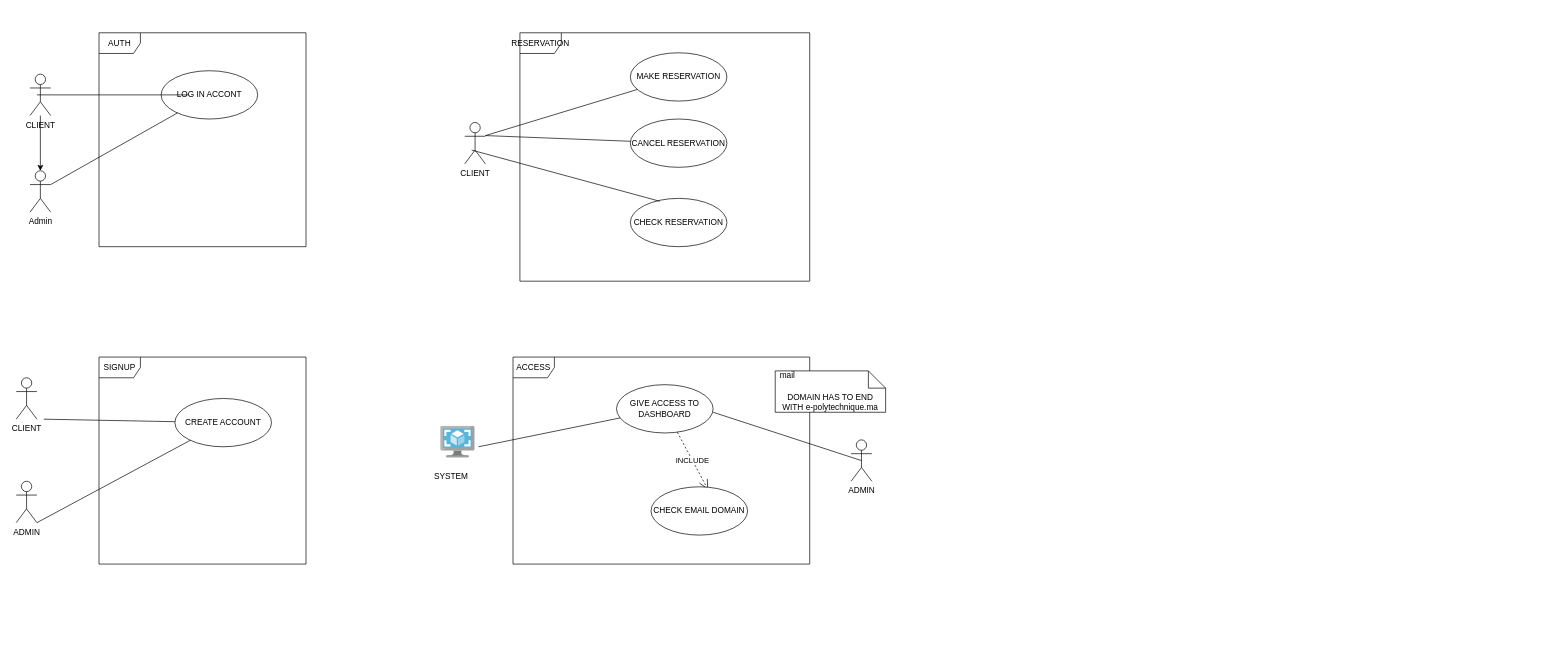
The draw.io diagram SQL.drawio in LUZAmaxxp/MSQL, before the edit. Source tidied: cells renumbered, new cells numbered last; positions are measured from the earlier drawing's top-left corner, leaving out a move shared by most shapes. Both pictures are drawn from the tidied source at 69%, with x=0, y=0 at pixel (16, 32).
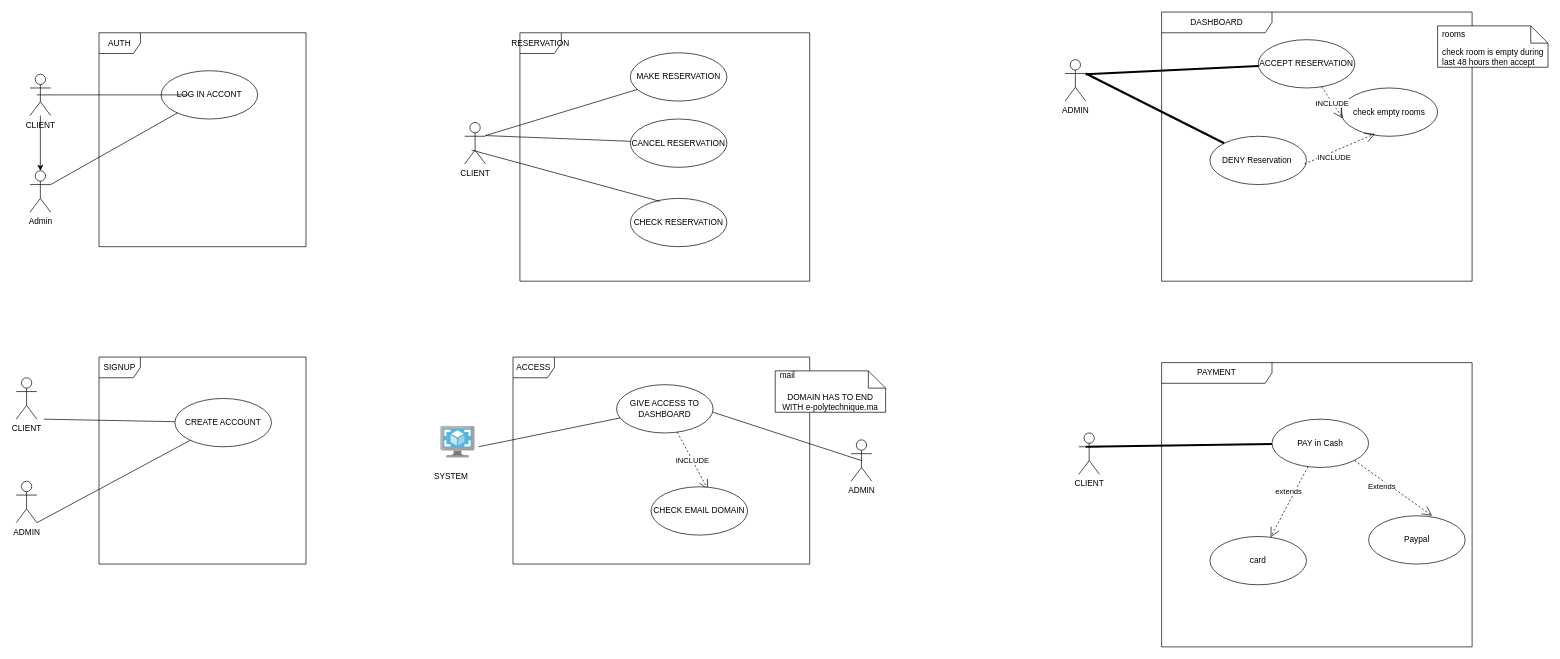
Above is the later version.

The edit, as a diff of the source:
```diff
@@
+    <mxCell id="34" value="DASHBOARD" style="shape=umlFrame;whiteSpace=wrap;html=1;width=160;" parent="1" vertex="1">
+      <mxGeometry x="1660" y="-30" width="450" height="390" as="geometry" />
+    </mxCell>
+    <mxCell id="35" value="ACCEPT RESERVATION" style="ellipse;whiteSpace=wrap;html=1;" parent="34" vertex="1">
+      <mxGeometry x="140" y="40" width="140" height="70" as="geometry" />
+    </mxCell>
+    <mxCell id="36" value="check empty rooms" style="ellipse;whiteSpace=wrap;html=1;" parent="34" vertex="1">
+      <mxGeometry x="260" y="110" width="140" height="70" as="geometry" />
+    </mxCell>
+    <mxCell id="37" value="INCLUDE" style="endArrow=open;endSize=12;dashed=1;html=1;rounded=0;entryX=0.019;entryY=0.632;entryDx=0;entryDy=0;entryPerimeter=0;" parent="34" edge="1" source="35" target="36">
+      <mxGeometry relative="1" as="geometry" />
+    </mxCell>
+    <mxCell id="38" style="endArrow=none;startArrow=none;endFill=0;startFill=0;endSize=8;html=1;verticalAlign=bottom;labelBackgroundColor=none;strokeWidth=3;rounded=0;" parent="34" edge="1" target="35">
+      <mxGeometry relative="1" as="geometry">
+        <mxPoint x="-110" y="90" as="sourcePoint" />
+      </mxGeometry>
+    </mxCell>
+    <mxCell id="39" value="DENY Reservation&amp;nbsp;" style="ellipse;whiteSpace=wrap;html=1;" parent="34" vertex="1">
+      <mxGeometry x="70" y="180" width="140" height="70" as="geometry" />
+    </mxCell>
+    <mxCell id="40" value="INCLUDE" style="endArrow=open;endSize=12;dashed=1;html=1;rounded=0;entryX=0.352;entryY=0.949;entryDx=0;entryDy=0;entryPerimeter=0;" parent="34" edge="1" target="36">
+      <mxGeometry x="-0.22" y="-8" relative="1" as="geometry">
+        <mxPoint x="207" y="220" as="sourcePoint" />
+      </mxGeometry>
+    </mxCell>
+    <mxCell id="41" value="ADMIN&lt;div&gt;&lt;br&gt;&lt;/div&gt;" style="shape=umlActor;verticalLabelPosition=bottom;verticalAlign=top;html=1;" parent="1" vertex="1">
+      <mxGeometry x="1520" y="39" width="30" height="60" as="geometry" />
+    </mxCell>
+    <mxCell id="42" value="check room is empty during last 48 hours then accept&lt;div&gt;&lt;br&gt;&lt;/div&gt;" style="shape=note2;boundedLbl=1;whiteSpace=wrap;html=1;size=25;verticalAlign=top;align=left;spacingLeft=5;whiteSpace=wrap;" parent="1" vertex="1">
+      <mxGeometry x="2060" y="-10" width="160" height="60" as="geometry" />
+    </mxCell>
+    <mxCell id="43" value="rooms" style="html=1;strokeColor=none;fillColor=none;align=left;spacingLeft=5;whiteSpace=wrap;" parent="42" vertex="1">
+      <mxGeometry width="160" height="25" relative="1" as="geometry" />
+    </mxCell>
+    <mxCell id="44" style="endArrow=none;startArrow=none;endFill=0;startFill=0;endSize=8;html=1;verticalAlign=bottom;labelBackgroundColor=none;strokeWidth=3;rounded=0;exitX=1;exitY=0.3333333333333333;exitDx=0;exitDy=0;exitPerimeter=0;" parent="1" edge="1" source="41" target="39">
+      <mxGeometry relative="1" as="geometry" />
+    </mxCell>
+    <mxCell id="45" value="PAYMENT" style="shape=umlFrame;whiteSpace=wrap;html=1;width=160;" parent="1" vertex="1">
+      <mxGeometry x="1660" y="478" width="450" height="412" as="geometry" />
+    </mxCell>
+    <mxCell id="46" value="PAY in Cash" style="ellipse;whiteSpace=wrap;html=1;" parent="45" vertex="1">
+      <mxGeometry x="160" y="82" width="140" height="70" as="geometry" />
+    </mxCell>
+    <mxCell id="47" value="Extends" style="endArrow=open;endSize=12;dashed=1;html=1;rounded=0;entryX=0.352;entryY=0.949;entryDx=0;entryDy=0;entryPerimeter=0;exitX=1;exitY=1;exitDx=0;exitDy=0;" parent="45" edge="1" source="46">
+      <mxGeometry x="-0.22" y="-8" relative="1" as="geometry">
+        <mxPoint x="392" y="222" as="targetPoint" />
+      </mxGeometry>
+    </mxCell>
+    <mxCell id="48" value="card" style="ellipse;whiteSpace=wrap;html=1;" parent="45" vertex="1">
+      <mxGeometry x="70" y="252" width="140" height="70" as="geometry" />
+    </mxCell>
+    <mxCell id="49" value="extends" style="endArrow=open;endSize=12;dashed=1;html=1;rounded=0;" parent="45" edge="1" source="46" target="48">
+      <mxGeometry x="-0.22" y="-8" relative="1" as="geometry" />
+    </mxCell>
+    <mxCell id="50" value="Paypal" style="ellipse;whiteSpace=wrap;html=1;" parent="45" vertex="1">
+      <mxGeometry x="300" y="222" width="140" height="70" as="geometry" />
+    </mxCell>
+    <mxCell id="51" value="CLIENT&lt;div&gt;&lt;br&gt;&lt;/div&gt;" style="shape=umlActor;verticalLabelPosition=bottom;verticalAlign=top;html=1;" parent="1" vertex="1">
+      <mxGeometry x="1540" y="580" width="30" height="60" as="geometry" />
+    </mxCell>
+    <mxCell id="52" style="endArrow=none;startArrow=none;endFill=0;startFill=0;endSize=8;html=1;verticalAlign=bottom;labelBackgroundColor=none;strokeWidth=3;rounded=0;" parent="1" edge="1" target="46">
+      <mxGeometry relative="1" as="geometry">
+        <mxPoint x="1550" y="600" as="sourcePoint" />
+      </mxGeometry>
+    </mxCell>
```
